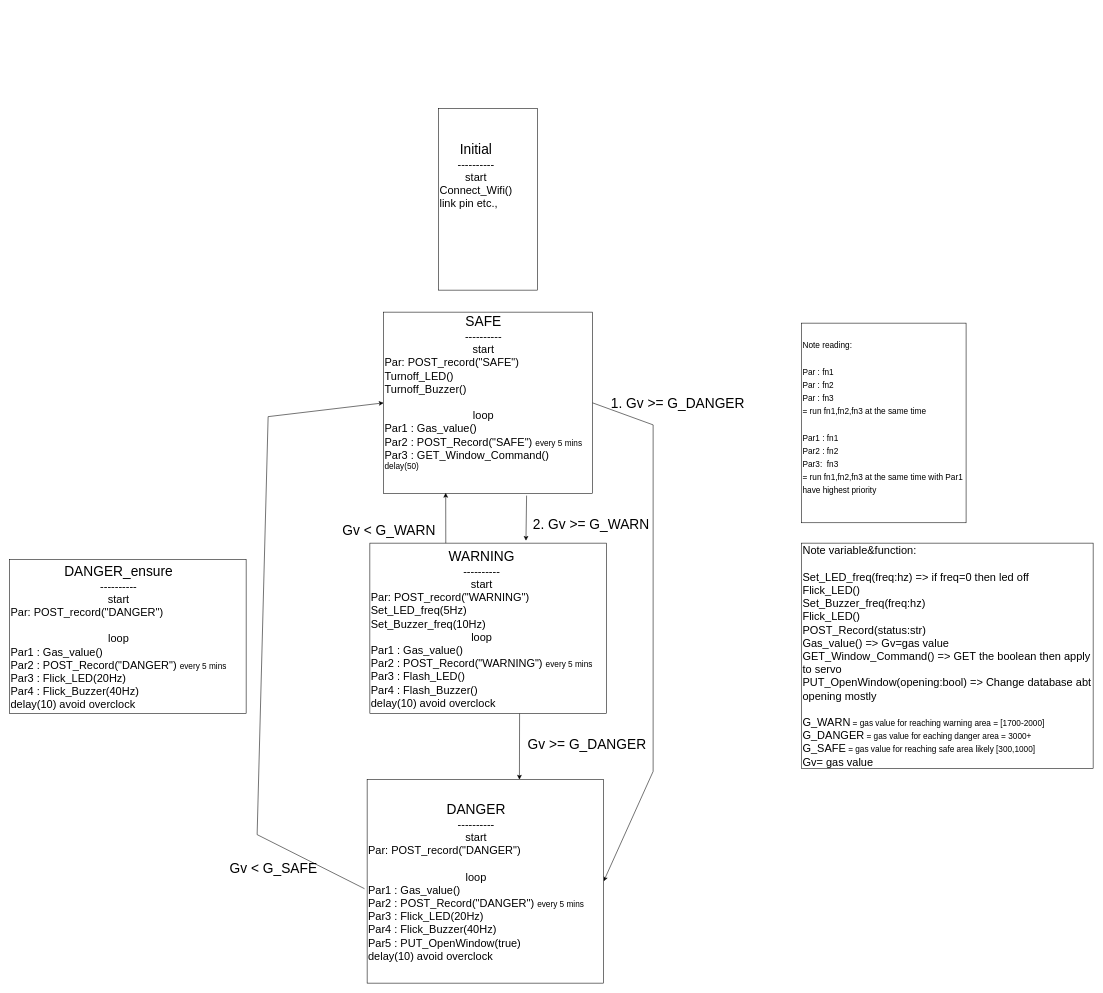
This is Gas-Detector-State.drawio from exceed19-02/Gas-detector-hardware, a draw.io file, before an edit. Source tidied: cells renumbered, new cells numbered last; positions are measured from the earlier drawing's top-left corner, leaving out a move shared by most shapes. Both pictures are drawn from the tidied source at 55%, with x=0, y=0 at pixel (9, 108).
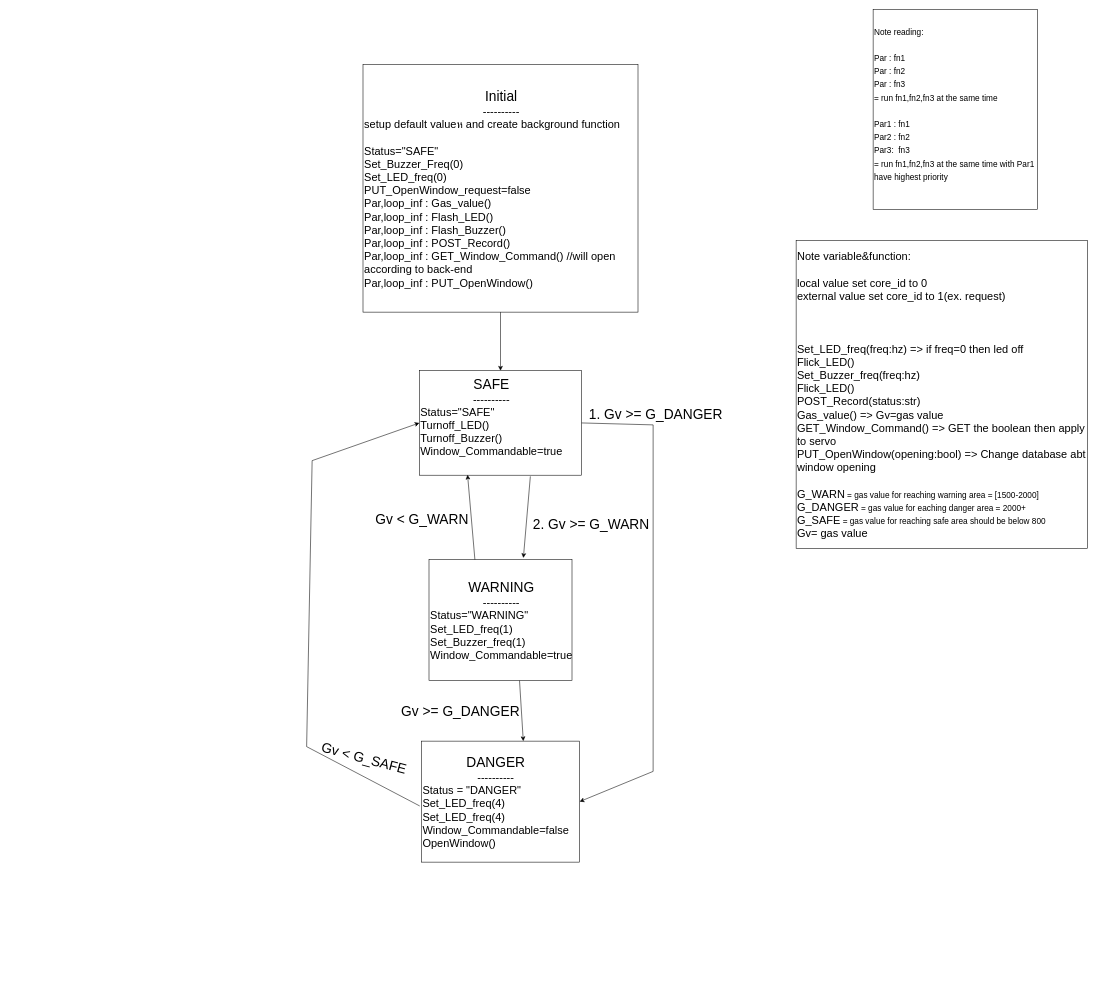
The same diagram, later.

Commit message:
Cleaner state

Diff of the diagram source:
```diff
@@
-    <mxCell id="2" value="&lt;div style=&quot;text-align: center;&quot;&gt;&lt;span style=&quot;background-color: initial;&quot;&gt;&lt;font style=&quot;font-size: 25px;&quot;&gt;SAFE&lt;/font&gt;&lt;/span&gt;&lt;/div&gt;&lt;div style=&quot;text-align: center; font-size: 20px;&quot;&gt;&lt;span style=&quot;background-color: initial;&quot;&gt;&lt;font style=&quot;font-size: 20px;&quot;&gt;----------&lt;/font&gt;&lt;/span&gt;&lt;/div&gt;&lt;div style=&quot;text-align: center; font-size: 20px;&quot;&gt;start&lt;/div&gt;&lt;div style=&quot;font-size: 20px;&quot;&gt;Par: POST_record(&quot;SAFE&quot;)&lt;/div&gt;&lt;div style=&quot;font-size: 20px;&quot;&gt;Turnoff_LED()&lt;/div&gt;&lt;div style=&quot;font-size: 20px;&quot;&gt;Turnoff_Buzzer()&lt;/div&gt;&lt;div style=&quot;font-size: 20px;&quot;&gt;&lt;br&gt;&lt;/div&gt;&lt;div style=&quot;text-align: center; font-size: 20px;&quot;&gt;&lt;font style=&quot;font-size: 20px;&quot;&gt;loop&lt;/font&gt;&lt;/div&gt;&lt;div style=&quot;font-size: 20px;&quot;&gt;Par1 : Gas_value()&lt;br&gt;&lt;/div&gt;&lt;div style=&quot;&quot;&gt;&lt;font style=&quot;font-size: 20px;&quot;&gt;Par2 : POST_Record(&quot;SAFE&quot;) &lt;/font&gt;&lt;font style=&quot;font-size: 15px;&quot;&gt;every 5 mins&lt;/font&gt;&lt;/div&gt;&lt;div style=&quot;&quot;&gt;&lt;font style=&quot;&quot;&gt;&lt;font style=&quot;font-size: 20px;&quot;&gt;Par3 : GET_Window_Command()&lt;/font&gt;&lt;br&gt;&lt;/font&gt;&lt;/div&gt;&lt;div style=&quot;&quot;&gt;&lt;span style=&quot;font-size: 15px;&quot;&gt;delay(50)&lt;/span&gt;&lt;/div&gt;&lt;div style=&quot;&quot;&gt;&lt;br&gt;&lt;/div&gt;&lt;div style=&quot;font-size: 20px;&quot;&gt;&lt;br&gt;&lt;/div&gt;" style="rounded=0;whiteSpace=wrap;html=1;align=left;" parent="1" vertex="1">
-      <mxGeometry x="680" y="370" width="380" height="330" as="geometry" />
+    <mxCell id="2" value="&lt;div style=&quot;text-align: center;&quot;&gt;&lt;span style=&quot;background-color: initial;&quot;&gt;&lt;font style=&quot;font-size: 25px;&quot;&gt;SAFE&lt;/font&gt;&lt;/span&gt;&lt;/div&gt;&lt;div style=&quot;text-align: center; font-size: 20px;&quot;&gt;&lt;span style=&quot;background-color: initial;&quot;&gt;&lt;font style=&quot;font-size: 20px;&quot;&gt;----------&lt;/font&gt;&lt;/span&gt;&lt;/div&gt;&lt;div style=&quot;font-size: 20px;&quot;&gt;&lt;span style=&quot;background-color: initial;&quot;&gt;&lt;font style=&quot;font-size: 20px;&quot;&gt;Status=&quot;SAFE&quot;&lt;/font&gt;&lt;/span&gt;&lt;/div&gt;&lt;div style=&quot;font-size: 20px;&quot;&gt;Turnoff_LED()&lt;/div&gt;&lt;div style=&quot;font-size: 20px;&quot;&gt;Turnoff_Buzzer()&lt;/div&gt;&lt;div style=&quot;font-size: 20px;&quot;&gt;Window_Commandable=true&lt;/div&gt;&lt;div style=&quot;font-size: 20px;&quot;&gt;&lt;br&gt;&lt;/div&gt;" style="rounded=0;whiteSpace=wrap;html=1;align=left;" parent="1" vertex="1">
+      <mxGeometry x="745" y="476.5" width="295" height="190" as="geometry" />
     </mxCell>
@@
     <mxCell id="5" style="endArrow=classic;html=1;rounded=0;fontSize=20;exitX=-0.011;exitY=0.536;exitDx=0;exitDy=0;exitPerimeter=0;entryX=0;entryY=0.5;entryDx=0;entryDy=0;" parent="1" edge="1" source="9" target="2">
       <mxGeometry relative="1" as="geometry">
         <Array as="points">
-          <mxPoint x="450" y="1320" />
-          <mxPoint x="470" y="560" />
+          <mxPoint x="540" y="1160" />
+          <mxPoint x="550" y="640" />
         </Array>
       </mxGeometry>
     </mxCell>
     <mxCell id="6" value="&lt;font style=&quot;font-size: 15px;&quot;&gt;Note reading:&lt;br&gt;&lt;br&gt;Par : fn1&lt;br&gt;Par : fn2&lt;br&gt;Par : fn3&lt;br&gt;= run fn1,fn2,fn3 at the same time&amp;nbsp;&lt;br&gt;&lt;br&gt;Par1 : fn1&lt;br&gt;Par2 : fn2&lt;br&gt;Par3:&amp;nbsp; fn3&lt;br&gt;= run fn1,fn2,fn3 at the same time with Par1 have highest priority&lt;br&gt;&lt;br&gt;&lt;/font&gt;" style="rounded=0;whiteSpace=wrap;html=1;fontSize=20;align=left;" parent="1" vertex="1">
-      <mxGeometry x="1440" y="390" width="299" height="363" as="geometry" />
+      <mxGeometry x="1570" y="-180" width="299" height="363" as="geometry" />
     </mxCell>
-    <mxCell id="7" value="&lt;font style=&quot;font-size: 20px;&quot;&gt;Note variable&amp;amp;function:&lt;br&gt;&lt;br&gt;Set_LED_freq(freq:hz) =&amp;gt; if freq=0 then led off&lt;br&gt;Flick_LED()&lt;br&gt;Set_Buzzer_freq(freq:hz)&lt;br&gt;Flick_LED()&lt;br&gt;POST_Record(status:str)&lt;/font&gt;&lt;font style=&quot;font-size: 20px;&quot;&gt;&lt;font style=&quot;font-size: 20px;&quot;&gt;&lt;br&gt;Gas_value() =&amp;gt; &lt;/font&gt;&lt;font style=&quot;font-size: 20px;&quot;&gt;&lt;font style=&quot;font-size: 20px;&quot;&gt;Gv=gas value&lt;br&gt;GET_Window_Command() =&amp;gt; GET the boolean then apply to servo&lt;/font&gt;&lt;br&gt;&lt;/font&gt;PUT_OpenWindow(opening:bool) =&amp;gt; Change database abt opening mostly&lt;br&gt;&lt;br&gt;&lt;font style=&quot;font-size: 20px;&quot;&gt;G_WARN&lt;/font&gt;&lt;/font&gt;&lt;font style=&quot;&quot;&gt;&lt;span style=&quot;font-size: 15px;&quot;&gt;&amp;nbsp;= gas value for reaching warning area = [1700-2000]&lt;/span&gt;&lt;br&gt;&lt;font style=&quot;font-size: 20px;&quot;&gt;G_DANGER&lt;/font&gt;&lt;/font&gt;&lt;font style=&quot;&quot;&gt;&lt;span style=&quot;font-size: 15px;&quot;&gt;&amp;nbsp;= gas value for eaching danger area = 3000+&lt;/span&gt;&lt;br&gt;&lt;font style=&quot;font-size: 20px;&quot;&gt;G_SAFE&lt;/font&gt;&lt;/font&gt;&lt;font style=&quot;&quot;&gt;&lt;span style=&quot;font-size: 15px;&quot;&gt;&amp;nbsp;= gas value for reaching safe area likely [300,1000]&lt;/span&gt;&lt;br&gt;&lt;font style=&quot;font-size: 20px;&quot;&gt;Gv= gas value&lt;/font&gt;&lt;br&gt;&lt;/font&gt;" style="rounded=0;whiteSpace=wrap;html=1;fontSize=20;align=left;" parent="1" vertex="1">
-      <mxGeometry x="1440" y="790" width="530" height="410" as="geometry" />
+    <mxCell id="7" value="&lt;font style=&quot;font-size: 20px;&quot;&gt;Note variable&amp;amp;function:&lt;br&gt;&lt;br&gt;local value set core_id to 0&lt;br&gt;external value set core_id to 1(ex. request)&lt;br&gt;&lt;br&gt;&lt;br&gt;&lt;br&gt;Set_LED_freq(freq:hz) =&amp;gt; if freq=0 then led off&lt;br&gt;Flick_LED()&lt;br&gt;Set_Buzzer_freq(freq:hz)&lt;br&gt;Flick_LED()&lt;br&gt;POST_Record(status:str)&lt;/font&gt;&lt;font style=&quot;font-size: 20px;&quot;&gt;&lt;font style=&quot;font-size: 20px;&quot;&gt;&lt;br&gt;Gas_value() =&amp;gt; &lt;/font&gt;&lt;font style=&quot;font-size: 20px;&quot;&gt;&lt;font style=&quot;font-size: 20px;&quot;&gt;Gv=gas value&lt;br&gt;GET_Window_Command() =&amp;gt; GET the boolean then apply to servo&lt;/font&gt;&lt;br&gt;&lt;/font&gt;PUT_OpenWindow(opening:bool) =&amp;gt; Change database abt window opening&lt;br&gt;&lt;br&gt;&lt;font style=&quot;font-size: 20px;&quot;&gt;G_WARN&lt;/font&gt;&lt;/font&gt;&lt;font style=&quot;&quot;&gt;&lt;span style=&quot;font-size: 15px;&quot;&gt;&amp;nbsp;= gas value for reaching warning area = [1500-2000]&lt;/span&gt;&lt;br&gt;&lt;font style=&quot;font-size: 20px;&quot;&gt;G_DANGER&lt;/font&gt;&lt;/font&gt;&lt;font style=&quot;&quot;&gt;&lt;span style=&quot;font-size: 15px;&quot;&gt;&amp;nbsp;= gas value for eaching danger area = 2000+&lt;/span&gt;&lt;br&gt;&lt;font style=&quot;font-size: 20px;&quot;&gt;G_SAFE&lt;/font&gt;&lt;/font&gt;&lt;font style=&quot;&quot;&gt;&lt;span style=&quot;font-size: 15px;&quot;&gt;&amp;nbsp;= gas value for reaching safe area should be below 800&lt;/span&gt;&lt;br&gt;&lt;font style=&quot;font-size: 20px;&quot;&gt;Gv= gas value&lt;/font&gt;&lt;br&gt;&lt;/font&gt;" style="rounded=0;whiteSpace=wrap;html=1;fontSize=20;align=left;" parent="1" vertex="1">
+      <mxGeometry x="1430" y="240" width="530" height="560" as="geometry" />
     </mxCell>
-    <mxCell id="8" value="&lt;div style=&quot;text-align: center;&quot;&gt;&lt;span style=&quot;background-color: initial;&quot;&gt;&lt;font style=&quot;font-size: 25px;&quot;&gt;WARNING&lt;/font&gt;&lt;/span&gt;&lt;/div&gt;&lt;div style=&quot;text-align: center; font-size: 20px;&quot;&gt;&lt;span style=&quot;background-color: initial;&quot;&gt;&lt;font style=&quot;font-size: 20px;&quot;&gt;----------&lt;/font&gt;&lt;/span&gt;&lt;/div&gt;&lt;div style=&quot;text-align: center; font-size: 20px;&quot;&gt;start&lt;/div&gt;&lt;div style=&quot;font-size: 20px;&quot;&gt;Par: POST_record(&quot;WARNING&quot;)&lt;/div&gt;&lt;div style=&quot;font-size: 20px;&quot;&gt;Set_LED_freq(5Hz)&lt;/div&gt;&lt;div style=&quot;font-size: 20px;&quot;&gt;Set_Buzzer_freq(10Hz)&lt;/div&gt;&lt;div style=&quot;text-align: center; font-size: 20px;&quot;&gt;&lt;font style=&quot;font-size: 20px;&quot;&gt;loop&lt;/font&gt;&lt;/div&gt;&lt;div style=&quot;font-size: 20px;&quot;&gt;Par1 : Gas_value()&lt;br&gt;&lt;/div&gt;&lt;div style=&quot;&quot;&gt;&lt;font style=&quot;font-size: 20px;&quot;&gt;Par2 : POST_Record(&quot;WARNING&quot;) &lt;/font&gt;&lt;font style=&quot;font-size: 15px;&quot;&gt;every 5 mins&lt;/font&gt;&lt;/div&gt;&lt;div style=&quot;font-size: 20px;&quot;&gt;Par3 : Flash_LED()&lt;/div&gt;&lt;div style=&quot;font-size: 20px;&quot;&gt;Par4 : Flash_Buzzer()&lt;/div&gt;&lt;div style=&quot;font-size: 20px;&quot;&gt;delay(10) avoid overclock&lt;/div&gt;" style="rounded=0;whiteSpace=wrap;html=1;align=left;" parent="1" vertex="1">
-      <mxGeometry x="655" y="790" width="430" height="310" as="geometry" />
+    <mxCell id="8" value="&lt;div style=&quot;text-align: center;&quot;&gt;&lt;span style=&quot;background-color: initial;&quot;&gt;&lt;font style=&quot;font-size: 25px;&quot;&gt;WARNING&lt;/font&gt;&lt;/span&gt;&lt;/div&gt;&lt;div style=&quot;text-align: center; font-size: 20px;&quot;&gt;&lt;span style=&quot;background-color: initial;&quot;&gt;&lt;font style=&quot;font-size: 20px;&quot;&gt;----------&lt;/font&gt;&lt;/span&gt;&lt;/div&gt;&lt;div style=&quot;font-size: 20px;&quot;&gt;Status=&quot;WARNING&quot;&lt;/div&gt;&lt;div style=&quot;font-size: 20px;&quot;&gt;&lt;span style=&quot;background-color: initial;&quot;&gt;&lt;font style=&quot;font-size: 20px;&quot;&gt;Set_LED_freq(1)&lt;/font&gt;&lt;/span&gt;&lt;/div&gt;&lt;div style=&quot;font-size: 20px;&quot;&gt;&lt;span style=&quot;background-color: initial;&quot;&gt;&lt;font style=&quot;font-size: 20px;&quot;&gt;Set_Buzzer_freq(1)&lt;/font&gt;&lt;/span&gt;&lt;/div&gt;&lt;div style=&quot;font-size: 20px;&quot;&gt;&lt;span style=&quot;background-color: initial;&quot;&gt;&lt;font style=&quot;font-size: 20px;&quot;&gt;Window_Commandable=true&lt;/font&gt;&lt;/span&gt;&lt;/div&gt;" style="rounded=0;whiteSpace=wrap;html=1;align=left;" parent="1" vertex="1">
+      <mxGeometry x="762.5" y="820" width="260" height="220" as="geometry" />
     </mxCell>
-    <mxCell id="9" value="&lt;div style=&quot;text-align: center;&quot;&gt;&lt;span style=&quot;background-color: initial;&quot;&gt;&lt;font style=&quot;font-size: 25px;&quot;&gt;DANGER&lt;/font&gt;&lt;/span&gt;&lt;/div&gt;&lt;div style=&quot;text-align: center; font-size: 20px;&quot;&gt;&lt;span style=&quot;background-color: initial;&quot;&gt;&lt;font style=&quot;font-size: 20px;&quot;&gt;----------&lt;/font&gt;&lt;/span&gt;&lt;/div&gt;&lt;div style=&quot;text-align: center; font-size: 20px;&quot;&gt;start&lt;/div&gt;&lt;div style=&quot;font-size: 20px;&quot;&gt;Par: POST_record(&quot;DANGER&quot;)&lt;/div&gt;&lt;div style=&quot;font-size: 20px;&quot;&gt;&lt;br&gt;&lt;/div&gt;&lt;div style=&quot;text-align: center; font-size: 20px;&quot;&gt;&lt;font style=&quot;font-size: 20px;&quot;&gt;loop&lt;/font&gt;&lt;/div&gt;&lt;div style=&quot;font-size: 20px;&quot;&gt;Par1 : Gas_value()&lt;br&gt;&lt;/div&gt;&lt;div style=&quot;&quot;&gt;&lt;font style=&quot;font-size: 20px;&quot;&gt;Par2 : POST_Record(&quot;DANGER&quot;) &lt;/font&gt;&lt;font style=&quot;font-size: 15px;&quot;&gt;every 5 mins&lt;/font&gt;&lt;/div&gt;&lt;div style=&quot;font-size: 20px;&quot;&gt;Par3 : Flick_LED(20Hz)&lt;/div&gt;&lt;div style=&quot;font-size: 20px;&quot;&gt;Par4 : Flick_Buzzer(40Hz)&lt;/div&gt;&lt;div style=&quot;font-size: 20px;&quot;&gt;Par5 : PUT_OpenWindow(true)&lt;/div&gt;&lt;div style=&quot;font-size: 20px;&quot;&gt;delay(10) avoid overclock&lt;/div&gt;" style="rounded=0;whiteSpace=wrap;html=1;align=left;" parent="1" vertex="1">
-      <mxGeometry x="650" y="1220" width="430" height="370" as="geometry" />
+    <mxCell id="9" value="&lt;div style=&quot;text-align: center;&quot;&gt;&lt;span style=&quot;background-color: initial;&quot;&gt;&lt;font style=&quot;font-size: 25px;&quot;&gt;DANGER&lt;/font&gt;&lt;/span&gt;&lt;/div&gt;&lt;div style=&quot;text-align: center; font-size: 20px;&quot;&gt;&lt;span style=&quot;background-color: initial;&quot;&gt;&lt;font style=&quot;font-size: 20px;&quot;&gt;----------&lt;/font&gt;&lt;/span&gt;&lt;/div&gt;&lt;div style=&quot;font-size: 20px;&quot;&gt;&lt;span style=&quot;background-color: initial;&quot;&gt;&lt;font style=&quot;font-size: 20px;&quot;&gt;Status = &quot;DANGER&quot;&lt;/font&gt;&lt;/span&gt;&lt;/div&gt;&lt;div style=&quot;font-size: 20px;&quot;&gt;Set_LED_freq(4)&lt;/div&gt;&lt;div style=&quot;font-size: 20px;&quot;&gt;Set_LED_freq(4)&lt;/div&gt;&lt;div style=&quot;font-size: 20px;&quot;&gt;Window_Commandable=false&lt;/div&gt;&lt;div style=&quot;font-size: 20px;&quot;&gt;OpenWindow()&lt;/div&gt;" style="rounded=0;whiteSpace=wrap;html=1;align=left;" parent="1" vertex="1">
+      <mxGeometry x="748.8" y="1150" width="287.5" height="220" as="geometry" />
     </mxCell>
@@
     <mxCell id="12" value="1. Gv &amp;gt;= G_DANGER" style="text;html=1;strokeColor=none;fillColor=none;align=center;verticalAlign=middle;whiteSpace=wrap;rounded=0;fontSize=25;" parent="1" vertex="1">
-      <mxGeometry x="1080" y="520" width="270" height="30" as="geometry" />
+      <mxGeometry x="1040" y="540" width="270" height="30" as="geometry" />
     </mxCell>
-    <mxCell id="13" value="Gv &amp;lt; G_SAFE" style="text;html=1;strokeColor=none;fillColor=none;align=center;verticalAlign=middle;whiteSpace=wrap;rounded=0;fontSize=25;" parent="1" vertex="1">
-      <mxGeometry x="380" y="1340" width="200" height="80" as="geometry" />
+    <mxCell id="13" value="Gv &amp;lt; G_SAFE" style="text;html=1;strokeColor=none;fillColor=none;align=center;verticalAlign=middle;whiteSpace=wrap;rounded=0;fontSize=25;rotation=15;" parent="1" vertex="1">
+      <mxGeometry x="545" y="1140" width="200" height="80" as="geometry" />
     </mxCell>
@@
     <mxCell id="15" value="Gv &amp;lt; G_WARN" style="text;html=1;strokeColor=none;fillColor=none;align=center;verticalAlign=middle;whiteSpace=wrap;rounded=0;fontSize=25;" parent="1" vertex="1">
-      <mxGeometry x="580" y="750" width="220" height="30" as="geometry" />
+      <mxGeometry x="640" y="730" width="220" height="30" as="geometry" />
     </mxCell>
     <mxCell id="16" value="Gv &amp;gt;= G_DANGER" style="text;html=1;strokeColor=none;fillColor=none;align=center;verticalAlign=middle;whiteSpace=wrap;rounded=0;fontSize=25;" parent="1" vertex="1">
-      <mxGeometry x="930" y="1140" width="240" height="30" as="geometry" />
+      <mxGeometry x="700" y="1080" width="240" height="30" as="geometry" />
     </mxCell>
-    <mxCell id="17" value="&lt;div style=&quot;text-align: center;&quot;&gt;&lt;span style=&quot;background-color: initial;&quot;&gt;&lt;font style=&quot;font-size: 25px;&quot;&gt;DANGER_ensure&lt;/font&gt;&lt;/span&gt;&lt;/div&gt;&lt;div style=&quot;text-align: center; font-size: 20px;&quot;&gt;&lt;span style=&quot;background-color: initial;&quot;&gt;&lt;font style=&quot;font-size: 20px;&quot;&gt;----------&lt;/font&gt;&lt;/span&gt;&lt;/div&gt;&lt;div style=&quot;text-align: center; font-size: 20px;&quot;&gt;start&lt;/div&gt;&lt;div style=&quot;font-size: 20px;&quot;&gt;Par: POST_record(&quot;DANGER&quot;)&lt;/div&gt;&lt;div style=&quot;font-size: 20px;&quot;&gt;&lt;br&gt;&lt;/div&gt;&lt;div style=&quot;text-align: center; font-size: 20px;&quot;&gt;&lt;font style=&quot;font-size: 20px;&quot;&gt;loop&lt;/font&gt;&lt;/div&gt;&lt;div style=&quot;font-size: 20px;&quot;&gt;Par1 : Gas_value()&lt;br&gt;&lt;/div&gt;&lt;div style=&quot;&quot;&gt;&lt;font style=&quot;font-size: 20px;&quot;&gt;Par2 : POST_Record(&quot;DANGER&quot;) &lt;/font&gt;&lt;font style=&quot;font-size: 15px;&quot;&gt;every 5 mins&lt;/font&gt;&lt;/div&gt;&lt;div style=&quot;font-size: 20px;&quot;&gt;Par3 : Flick_LED(20Hz)&lt;/div&gt;&lt;div style=&quot;font-size: 20px;&quot;&gt;Par4 : Flick_Buzzer(40Hz)&lt;/div&gt;&lt;div style=&quot;font-size: 20px;&quot;&gt;delay(10) avoid overclock&lt;/div&gt;" style="rounded=0;whiteSpace=wrap;html=1;align=left;" parent="1" vertex="1">
-      <mxGeometry y="820" width="430" height="280" as="geometry" />
-    </mxCell>
-    <mxCell id="18" value="&lt;div style=&quot;text-align: center;&quot;&gt;&lt;span style=&quot;background-color: initial;&quot;&gt;&lt;font style=&quot;font-size: 25px;&quot;&gt;Initial&lt;/font&gt;&lt;/span&gt;&lt;/div&gt;&lt;div style=&quot;text-align: center; font-size: 20px;&quot;&gt;&lt;span style=&quot;background-color: initial;&quot;&gt;&lt;font style=&quot;font-size: 20px;&quot;&gt;----------&lt;/font&gt;&lt;/span&gt;&lt;/div&gt;&lt;div style=&quot;text-align: center; font-size: 20px;&quot;&gt;start&lt;/div&gt;&lt;div style=&quot;font-size: 20px;&quot;&gt;Connect_Wifi()&lt;/div&gt;&lt;div style=&quot;font-size: 20px;&quot;&gt;link pin etc.,&lt;/div&gt;&lt;div style=&quot;font-size: 20px;&quot;&gt;&lt;br&gt;&lt;/div&gt;&lt;div style=&quot;text-align: center; font-size: 20px;&quot;&gt;&lt;br&gt;&lt;/div&gt;&lt;div style=&quot;&quot;&gt;&lt;br&gt;&lt;/div&gt;&lt;div style=&quot;font-size: 20px;&quot;&gt;&lt;br&gt;&lt;/div&gt;" style="rounded=0;whiteSpace=wrap;html=1;align=left;" parent="1" vertex="1">
-      <mxGeometry x="780" width="180" height="330" as="geometry" />
+    <mxCell id="18" value="&lt;div style=&quot;text-align: center;&quot;&gt;&lt;span style=&quot;background-color: initial;&quot;&gt;&lt;font style=&quot;font-size: 25px;&quot;&gt;Initial&lt;/font&gt;&lt;/span&gt;&lt;/div&gt;&lt;div style=&quot;text-align: center; font-size: 20px;&quot;&gt;&lt;span style=&quot;background-color: initial;&quot;&gt;&lt;font style=&quot;font-size: 20px;&quot;&gt;----------&lt;/font&gt;&lt;/span&gt;&lt;/div&gt;&lt;div style=&quot;font-size: 20px;&quot;&gt;setup default valueห and create background function&lt;/div&gt;&lt;div style=&quot;font-size: 20px;&quot;&gt;&lt;br&gt;&lt;/div&gt;&lt;div style=&quot;font-size: 20px;&quot;&gt;Status=&quot;SAFE&quot;&lt;br&gt;&lt;/div&gt;&lt;div style=&quot;font-size: 20px;&quot;&gt;Set_Buzzer_Freq(0)&lt;/div&gt;&lt;div style=&quot;font-size: 20px;&quot;&gt;Set_LED_freq(0)&lt;/div&gt;&lt;div style=&quot;font-size: 20px;&quot;&gt;PUT_OpenWindow_request=false&lt;/div&gt;&lt;div style=&quot;font-size: 20px;&quot;&gt;Par,loop_inf : Gas_value()&lt;/div&gt;&lt;div style=&quot;font-size: 20px;&quot;&gt;Par,loop_inf : Flash_LED()&lt;/div&gt;&lt;div style=&quot;font-size: 20px;&quot;&gt;Par,loop_inf : Flash_Buzzer()&lt;/div&gt;&lt;div style=&quot;font-size: 20px;&quot;&gt;Par,loop_inf : POST_Record()&lt;/div&gt;&lt;div style=&quot;font-size: 20px;&quot;&gt;Par,loop_inf : GET_Window_Command() //will open according to back-end&lt;/div&gt;&lt;div style=&quot;font-size: 20px;&quot;&gt;Par,loop_inf : PUT_OpenWindow()&lt;/div&gt;" style="rounded=0;whiteSpace=wrap;html=1;align=left;" parent="1" vertex="1">
+      <mxGeometry x="642.5" y="-80" width="500" height="450" as="geometry" />
     </mxCell>
+    <mxCell id="19" style="endArrow=classic;html=1;rounded=0;exitX=0.5;exitY=1;exitDx=0;exitDy=0;entryX=0.5;entryY=0;entryDx=0;entryDy=0;" parent="1" edge="1" source="18" target="2">
+      <mxGeometry relative="1" as="geometry" />
+    </mxCell>
```
